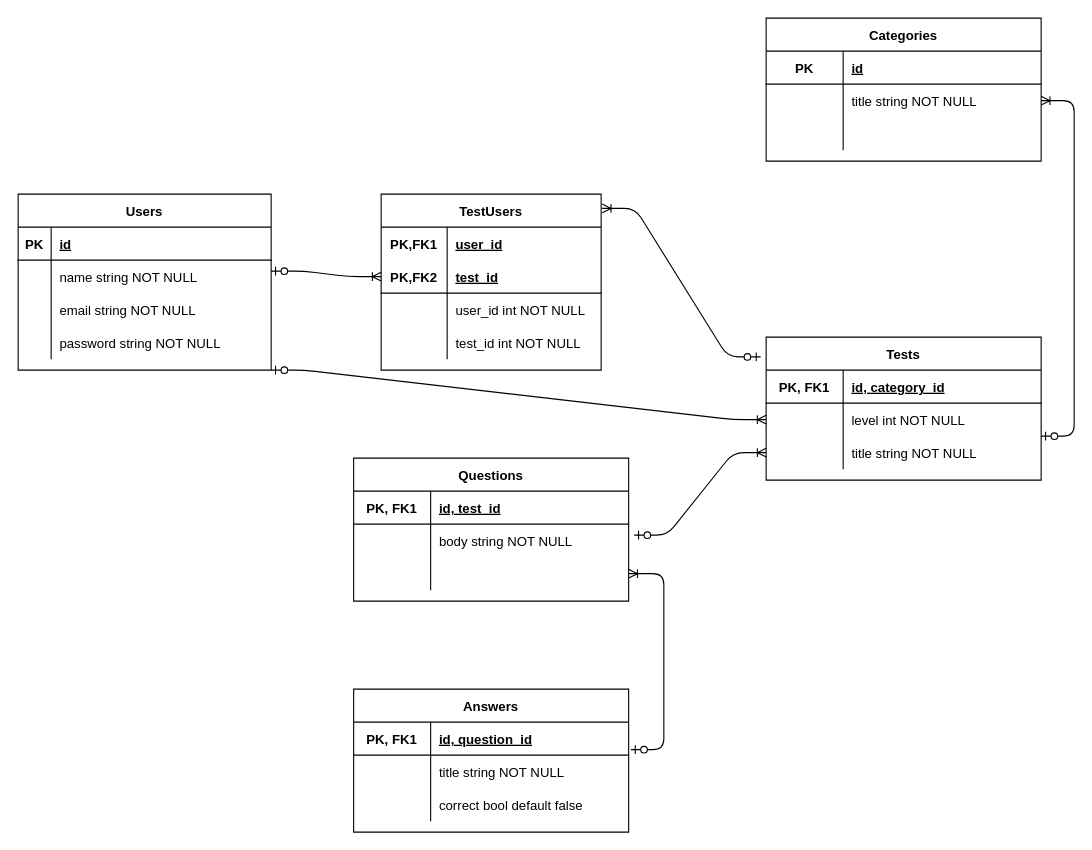
This is Untitled Diagram.drawio from forzamaks/testGuru, a draw.io file, before an edit. Source tidied: cells renumbered, new cells numbered last; positions are measured from the earlier drawing's top-left corner, leaving out a move shared by most shapes. Both pictures are drawn from the tidied source at 110%, with x=0, y=0 at pixel (18, 18).
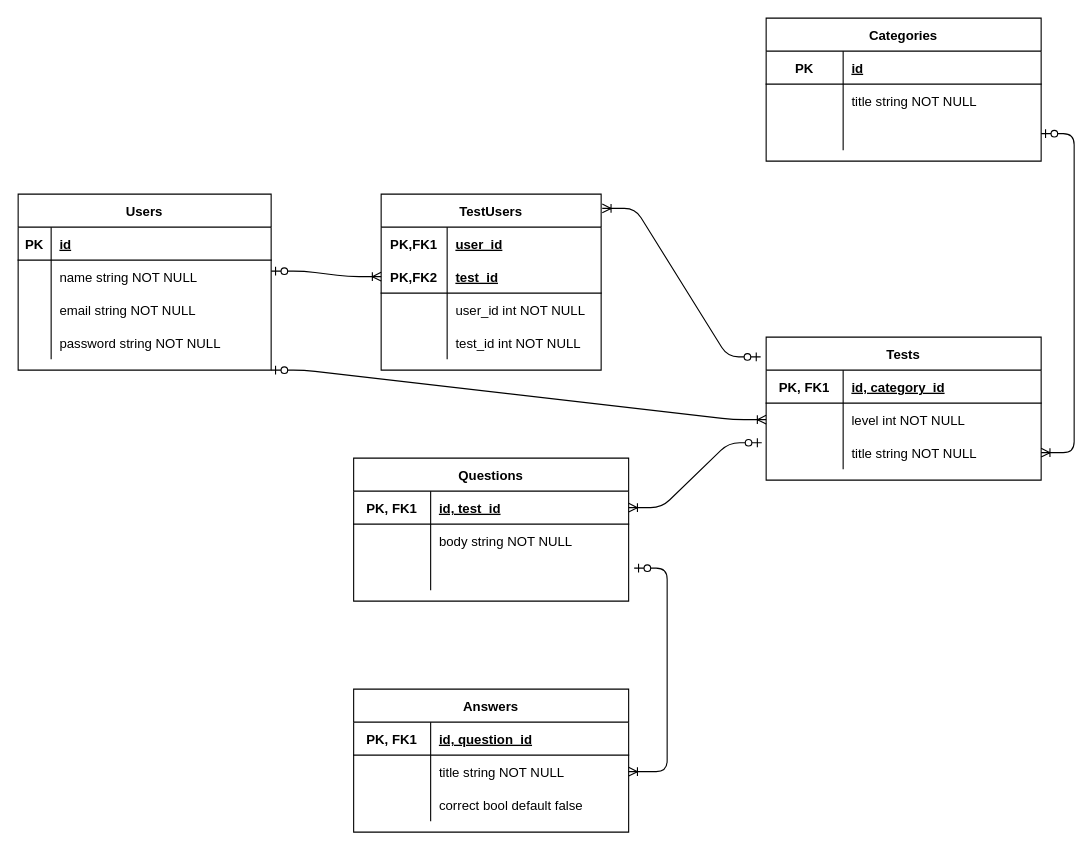
Above is the later version.

Unchanged cells that the change refers to:
```xml
<mxCell id="35" style="shape=partialRectangle;fillColor=none;top=0;left=0;bottom=0;right=0;points=[[0,0.5],[1,0.5]];portConstraint=eastwest;" parent="28" vertex="1">
  <mxGeometry y="90" width="250" height="30" as="geometry" />
</mxCell>
<mxCell id="42" style="shape=partialRectangle;fillColor=none;top=0;left=0;bottom=0;right=0;points=[[0,0.5],[1,0.5]];portConstraint=eastwest;" parent="38" vertex="1">
  <mxGeometry y="60" width="250" height="30" as="geometry" />
</mxCell>
<mxCell id="45" style="shape=partialRectangle;fillColor=none;top=0;left=0;bottom=0;right=0;points=[[0,0.5],[1,0.5]];portConstraint=eastwest;" parent="38" vertex="1">
  <mxGeometry y="90" width="250" height="30" as="geometry" />
</mxCell>
<mxCell id="49" style="shape=partialRectangle;fillColor=none;top=0;left=0;bottom=1;right=0;points=[[0,0.5],[1,0.5]];portConstraint=eastwest;" parent="48" vertex="1">
  <mxGeometry y="30" width="250" height="30" as="geometry" />
</mxCell>
<mxCell id="55" style="shape=partialRectangle;fillColor=none;top=0;left=0;bottom=0;right=0;points=[[0,0.5],[1,0.5]];portConstraint=eastwest;" parent="48" vertex="1">
  <mxGeometry y="90" width="250" height="30" as="geometry" />
</mxCell>
<mxCell id="62" style="shape=partialRectangle;fillColor=none;top=0;left=0;bottom=0;right=0;points=[[0,0.5],[1,0.5]];portConstraint=eastwest;" parent="58" vertex="1">
  <mxGeometry y="60" width="250" height="30" as="geometry" />
</mxCell>
```

Diff of the diagram source:
```diff
@@
-    <mxCell id="69" style="edgeStyle=entityRelationEdgeStyle;fontSize=12;html=1;endArrow=ERoneToMany;startArrow=ERzeroToOne;entryX=1;entryY=0.5;entryDx=0;entryDy=0;" parent="1" edge="1" target="55">
+    <mxCell id="69" style="edgeStyle=entityRelationEdgeStyle;fontSize=12;html=1;endArrow=ERoneToMany;startArrow=ERzeroToOne;entryX=1;entryY=0.5;entryDx=0;entryDy=0;" parent="1" edge="1" target="62">
       <mxGeometry relative="1" as="geometry">
-        <mxPoint x="557" y="665" as="sourcePoint" />
+        <mxPoint x="560" y="500" as="sourcePoint" />
       </mxGeometry>
     </mxCell>
-    <mxCell id="70" style="edgeStyle=entityRelationEdgeStyle;fontSize=12;html=1;endArrow=ERoneToMany;startArrow=ERzeroToOne;entryX=0;entryY=0.5;entryDx=0;entryDy=0;" parent="1" edge="1" target="35">
-      <mxGeometry relative="1" as="geometry">
-        <mxPoint x="560" y="470" as="sourcePoint" />
-      </mxGeometry>
+    <mxCell id="70" style="edgeStyle=entityRelationEdgeStyle;fontSize=12;html=1;endArrow=ERoneToMany;startArrow=ERzeroToOne;exitX=-0.016;exitY=0.2;exitDx=0;exitDy=0;exitPerimeter=0;entryX=1;entryY=0.5;entryDx=0;entryDy=0;" parent="1" edge="1" source="35" target="49">
+      <mxGeometry relative="1" as="geometry" />
     </mxCell>
@@
-    <mxCell id="73" style="edgeStyle=entityRelationEdgeStyle;fontSize=12;html=1;endArrow=ERoneToMany;startArrow=ERzeroToOne;entryX=1;entryY=0.5;entryDx=0;entryDy=0;" parent="1" edge="1" target="42">
-      <mxGeometry relative="1" as="geometry">
-        <mxPoint x="930" y="380" as="sourcePoint" />
-      </mxGeometry>
+    <mxCell id="73" style="edgeStyle=entityRelationEdgeStyle;fontSize=12;html=1;endArrow=ERoneToMany;startArrow=ERzeroToOne;entryX=1;entryY=0.5;entryDx=0;entryDy=0;" parent="1" edge="1" source="45" target="35">
+      <mxGeometry relative="1" as="geometry" />
     </mxCell>
```
